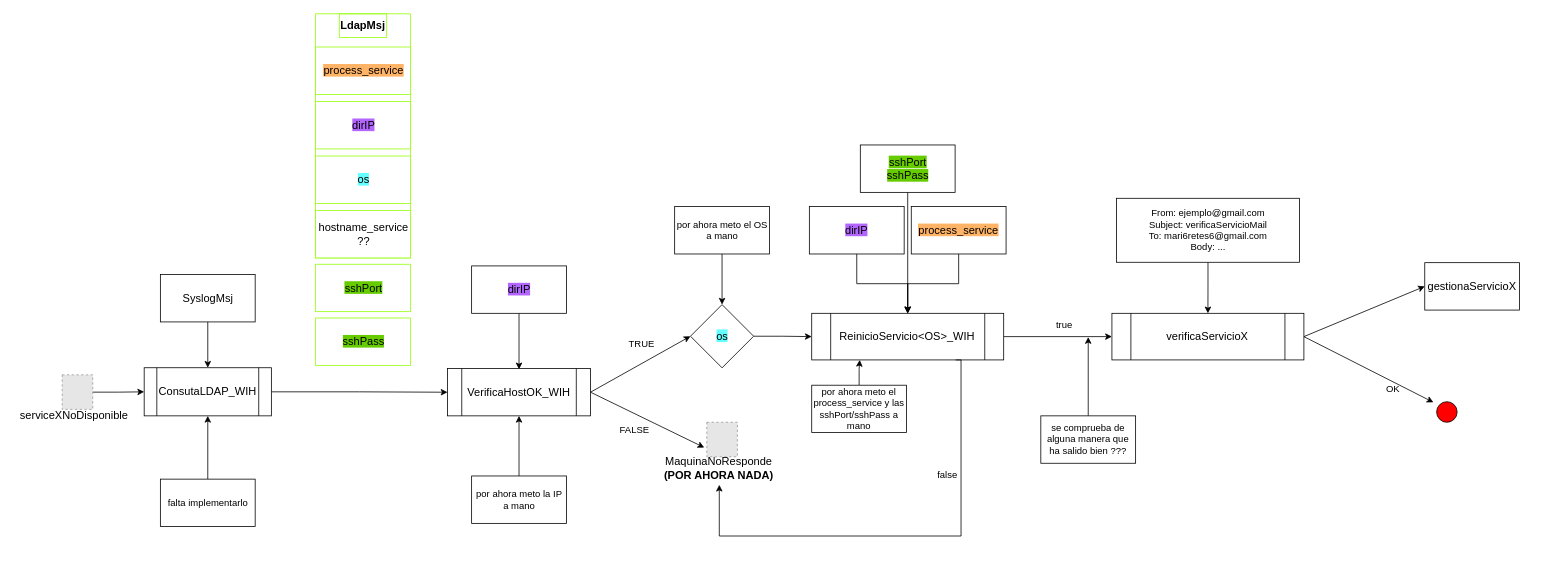
MarianaReyesH/gestionRed keeps this draw.io diagram as page "serviceXNoDisponible" (2 of 3) of esquemaProcesos.drawio. Above is the earlier version. Source tidied: cells renumbered, new cells numbered last; positions are measured from the earlier drawing's top-left corner, leaving out a move shared by most shapes. Both pictures are drawn from the tidied source at 79%, with x=0, y=0 at pixel (13, 13). Pictures stored in the file or linked from it are replaced by grey dashed boxes.
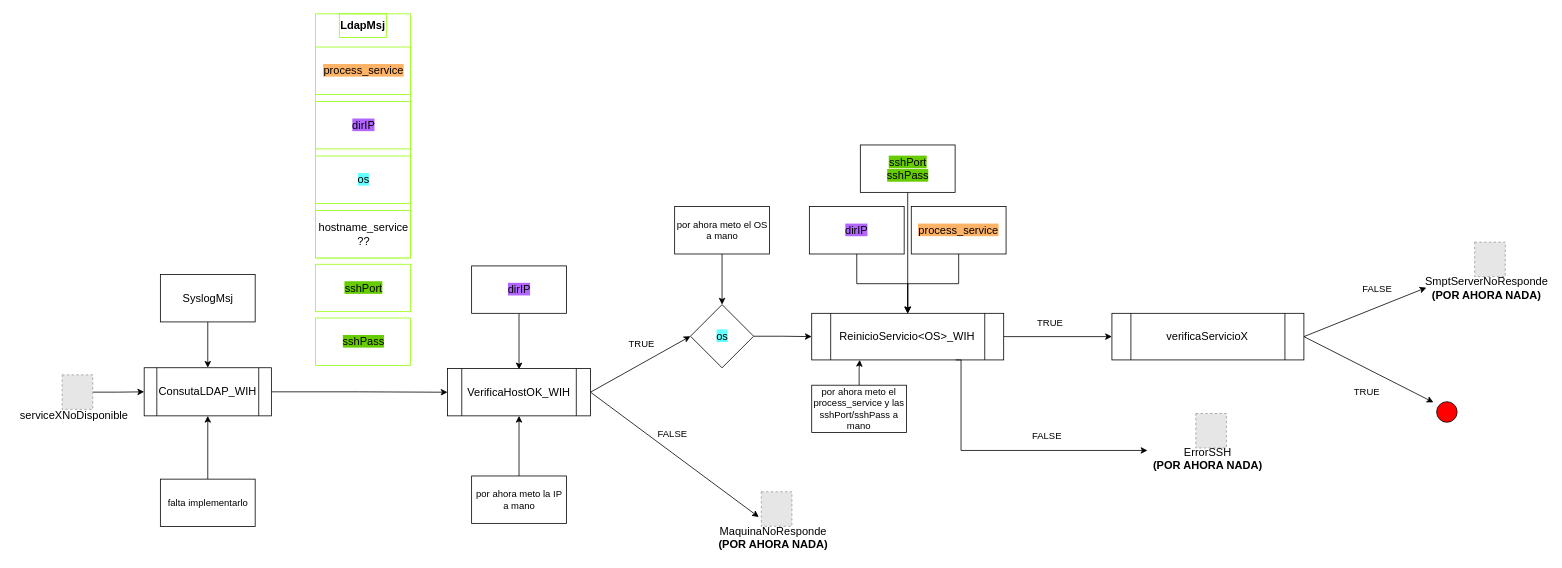
After the change.

The change refers to these unchanged cells:
```xml
<mxCell id="25" value="&lt;font style=&quot;font-size: 14px;&quot;&gt;ReinicioServicio&amp;lt;OS&amp;gt;_WIH&lt;/font&gt;" style="shape=process;whiteSpace=wrap;html=1;backgroundOutline=1;" parent="1" vertex="1">
  <mxGeometry x="1010" y="379.1" width="243" height="59" as="geometry" />
</mxCell>
<mxCell id="50" value="&lt;span style=&quot;font-size: 14px;&quot;&gt;verificaServicioX&lt;/span&gt;" style="shape=process;whiteSpace=wrap;html=1;backgroundOutline=1;" parent="1" vertex="1">
  <mxGeometry x="1390" y="379.1" width="243" height="59" as="geometry" />
</mxCell>
```

Change to the diagram source:
```diff
@@
     <mxCell id="4" style="fillColor=#E6E6E6;strokeColor=#999999;dashed=1;verticalLabelPosition=bottom;labelBackgroundColor=default;verticalAlign=top;" parent="1" vertex="1">
-      <mxGeometry x="877.2" y="517" width="38.7" height="43.7" as="geometry" />
+      <mxGeometry x="946.2" y="605" width="38.7" height="43.7" as="geometry" />
     </mxCell>
     <mxCell id="5" value="&lt;span style=&quot;font-size: 14px;&quot;&gt;MaquinaNoResponde&lt;/span&gt;&lt;div&gt;&lt;span style=&quot;font-size: 14px;&quot;&gt;&lt;b&gt;(POR AHORA NADA)&lt;/b&gt;&lt;/span&gt;&lt;/div&gt;" style="text;html=1;align=center;verticalAlign=middle;whiteSpace=wrap;rounded=0;" parent="1" vertex="1">
-      <mxGeometry x="816" y="553" width="153" height="43.1" as="geometry" />
+      <mxGeometry x="885" y="641" width="153" height="43.1" as="geometry" />
     </mxCell>
@@
-    <mxCell id="10" style="endArrow=classic;html=1;rounded=0;entryX=0;entryY=0.5;entryDx=0;entryDy=0;exitX=1;exitY=0.5;exitDx=0;exitDy=0;" parent="1" edge="1" source="50" target="13">
+    <mxCell id="10" style="endArrow=classic;html=1;rounded=0;entryX=0;entryY=0.5;entryDx=0;entryDy=0;exitX=1;exitY=0.5;exitDx=0;exitDy=0;" parent="1" edge="1" source="50" target="65">
       <mxGeometry relative="1" as="geometry" />
     </mxCell>
@@
-    <mxCell id="12" value="OK" style="text;html=1;align=center;verticalAlign=middle;whiteSpace=wrap;rounded=0;" parent="1" vertex="1">
-      <mxGeometry x="1716" y="460" width="60" height="30" as="geometry" />
-    </mxCell>
-    <mxCell id="13" value="&lt;font style=&quot;font-size: 14px;&quot;&gt;gestionaServicioX&lt;/font&gt;" style="rounded=0;whiteSpace=wrap;html=1;" parent="1" vertex="1">
-      <mxGeometry x="1786" y="315" width="120" height="60" as="geometry" />
-    </mxCell>
@@
     <mxCell id="28" value="FALSE" style="text;html=1;align=center;verticalAlign=middle;whiteSpace=wrap;rounded=0;" parent="1" vertex="1">
-      <mxGeometry x="756" y="512" width="60" height="30" as="geometry" />
+      <mxGeometry x="804" y="517" width="60" height="30" as="geometry" />
     </mxCell>
@@
-    <mxCell id="51" style="edgeStyle=orthogonalEdgeStyle;rounded=0;jettySize=auto;html=1;entryX=1;entryY=1;entryDx=0;entryDy=0;" parent="1" edge="1" source="52" target="55">
-      <mxGeometry relative="1" as="geometry" />
-    </mxCell>
-    <mxCell id="52" value="&lt;font style=&quot;font-size: 12px;&quot;&gt;se comprueba de alguna manera que ha salido bien ???&lt;/font&gt;" style="rounded=0;whiteSpace=wrap;html=1;" parent="1" vertex="1">
-      <mxGeometry x="1300" y="508.9" width="120" height="60" as="geometry" />
-    </mxCell>
-    <mxCell id="53" style="edgeStyle=orthogonalEdgeStyle;rounded=0;jettySize=auto;html=1;entryX=0.5;entryY=0;entryDx=0;entryDy=0;" parent="1" edge="1" source="54" target="50">
-      <mxGeometry relative="1" as="geometry" />
-    </mxCell>
-    <mxCell id="54" value="&lt;font style=&quot;font-size: 12px;&quot;&gt;From: ejemplo@gmail.com&lt;/font&gt;&lt;div&gt;Subject: verificaServicioMail&lt;/div&gt;&lt;div&gt;To: mari6retes6@gmail.com&lt;/div&gt;&lt;div&gt;Body: ...&lt;/div&gt;" style="rounded=0;whiteSpace=wrap;html=1;" parent="1" vertex="1">
-      <mxGeometry x="1395.8" y="233.5" width="231.5" height="81" as="geometry" />
-    </mxCell>
-    <mxCell id="55" value="true" style="text;html=1;align=center;verticalAlign=middle;whiteSpace=wrap;rounded=0;" parent="1" vertex="1">
-      <mxGeometry x="1300" y="379.1" width="60" height="30" as="geometry" />
-    </mxCell>
-    <mxCell id="56" style="edgeStyle=orthogonalEdgeStyle;rounded=0;jettySize=auto;html=1;exitX=0.75;exitY=1;exitDx=0;exitDy=0;" parent="1" edge="1" source="25" target="5">
+    <mxCell id="56" style="edgeStyle=orthogonalEdgeStyle;rounded=0;jettySize=auto;html=1;exitX=0.75;exitY=1;exitDx=0;exitDy=0;entryX=0;entryY=0.25;entryDx=0;entryDy=0;" parent="1" edge="1" source="25" target="63">
       <mxGeometry relative="1" as="geometry">
         <Array as="points">
           <mxPoint x="1199" y="438" />
-          <mxPoint x="1199" y="661" />
-          <mxPoint x="893" y="661" />
+          <mxPoint x="1199" y="553" />
         </Array>
       </mxGeometry>
     </mxCell>
-    <mxCell id="57" value="false" style="text;html=1;align=center;verticalAlign=middle;whiteSpace=wrap;rounded=0;" parent="1" vertex="1">
-      <mxGeometry x="1152" y="568.9" width="60" height="30" as="geometry" />
-    </mxCell>
+    <mxCell id="58" value="TRUE" style="text;html=1;align=center;verticalAlign=middle;whiteSpace=wrap;rounded=0;" parent="1" vertex="1">
+      <mxGeometry x="1282" y="377" width="60" height="30" as="geometry" />
+    </mxCell>
+    <mxCell id="59" value="FALSE" style="text;html=1;align=center;verticalAlign=middle;whiteSpace=wrap;rounded=0;" parent="1" vertex="1">
+      <mxGeometry x="1278" y="519.6" width="60" height="30" as="geometry" />
+    </mxCell>
+    <mxCell id="60" value="TRUE" style="text;html=1;align=center;verticalAlign=middle;whiteSpace=wrap;rounded=0;" parent="1" vertex="1">
+      <mxGeometry x="1683" y="463.9" width="60" height="30" as="geometry" />
+    </mxCell>
+    <mxCell id="61" value="FALSE" style="text;html=1;align=center;verticalAlign=middle;whiteSpace=wrap;rounded=0;" parent="1" vertex="1">
+      <mxGeometry x="1696" y="334.1" width="60" height="30" as="geometry" />
+    </mxCell>
+    <mxCell id="62" style="fillColor=#E6E6E6;strokeColor=#999999;dashed=1;verticalLabelPosition=bottom;labelBackgroundColor=default;verticalAlign=top;" parent="1" vertex="1">
+      <mxGeometry x="1496.2" y="505.9" width="38.7" height="43.7" as="geometry" />
+    </mxCell>
+    <mxCell id="63" value="&lt;span style=&quot;font-size: 14px;&quot;&gt;ErrorSSH&lt;/span&gt;&lt;div&gt;&lt;span style=&quot;font-size: 14px;&quot;&gt;&lt;b&gt;(POR AHORA NADA)&lt;/b&gt;&lt;/span&gt;&lt;/div&gt;" style="text;html=1;align=center;verticalAlign=middle;whiteSpace=wrap;rounded=0;" parent="1" vertex="1">
+      <mxGeometry x="1435" y="541.9" width="153" height="43.1" as="geometry" />
+    </mxCell>
+    <mxCell id="64" style="fillColor=#E6E6E6;strokeColor=#999999;dashed=1;verticalLabelPosition=bottom;labelBackgroundColor=default;verticalAlign=top;" parent="1" vertex="1">
+      <mxGeometry x="1849.2" y="289" width="38.7" height="43.7" as="geometry" />
+    </mxCell>
+    <mxCell id="65" value="&lt;span style=&quot;font-size: 14px;&quot;&gt;SmptServerNoResponde&lt;/span&gt;&lt;br&gt;&lt;div&gt;&lt;span style=&quot;font-size: 14px;&quot;&gt;&lt;b&gt;(POR AHORA NADA)&lt;/b&gt;&lt;/span&gt;&lt;/div&gt;" style="text;html=1;align=center;verticalAlign=middle;whiteSpace=wrap;rounded=0;" parent="1" vertex="1">
+      <mxGeometry x="1788" y="325" width="153" height="43.1" as="geometry" />
+    </mxCell>
```
